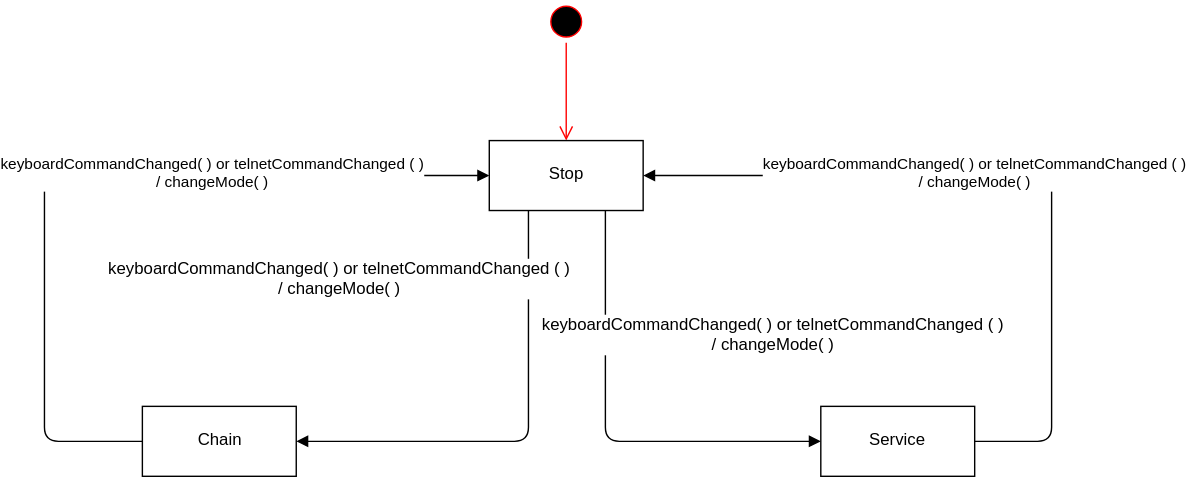
Earlier version of the draw.io export Documentation/UML Diagrams/stateDiagram/StateMachineMode.svg (nicolai-schwartze/EBS2_Conveyer_Belt). Source tidied: cells renumbered, new cells last; positions are measured from the earlier drawing's top-left corner, leaving out a move shared by most shapes.
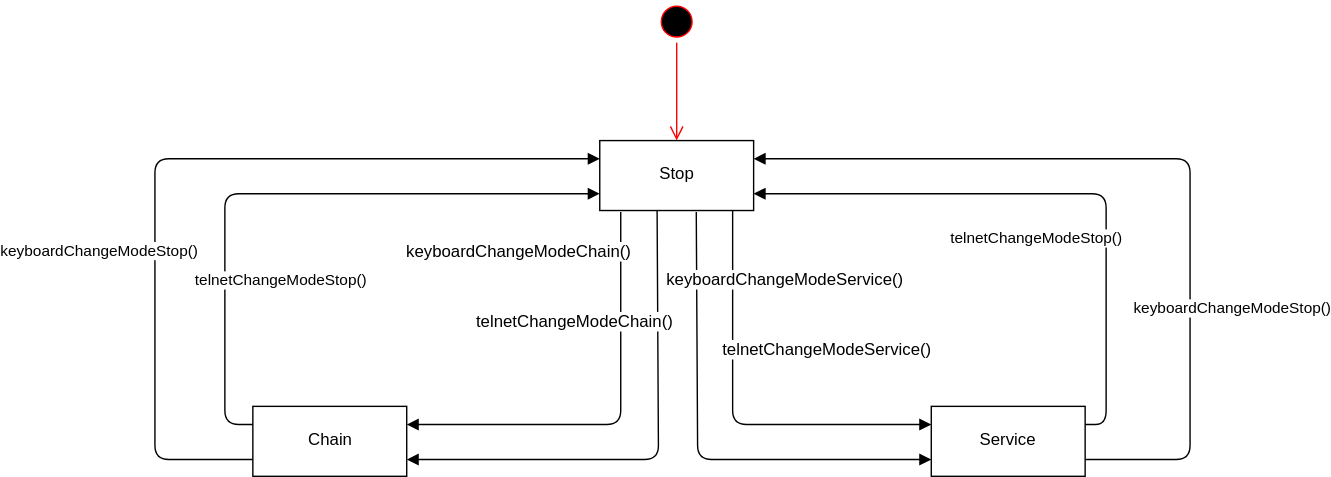
The same file after the commit.

Commit message:
diagrams refined

Change to the diagram source:
```diff
@@ -17,45 +17,88 @@
     <mxCell id="6" value="Service" style="html=1;" parent="1" vertex="1">
       <mxGeometry x="555" y="290" width="110" height="50" as="geometry" />
     </mxCell>
-    <mxCell id="7" style="html=1;verticalAlign=bottom;endArrow=block;exitX=0.25;exitY=1;exitDx=0;exitDy=0;entryX=1;entryY=0.5;entryDx=0;entryDy=0;" parent="1" edge="1" source="4" target="5">
+    <mxCell id="7" style="html=1;verticalAlign=bottom;endArrow=block;exitX=0.136;exitY=1.02;exitDx=0;exitDy=0;entryX=1;entryY=0.25;entryDx=0;entryDy=0;exitPerimeter=0;" parent="1" edge="1" source="4" target="5">
       <mxGeometry relative="1" as="geometry">
         <Array as="points">
-          <mxPoint x="346" y="315" />
+          <mxPoint x="333" y="303" />
         </Array>
       </mxGeometry>
     </mxCell>
-    <mxCell id="8" value="keyboardCommandChanged( ) or telnetCommandChanged ( ) &lt;br&gt;/ changeMode( )" style="text;html=1;align=center;verticalAlign=middle;labelBackgroundColor=#ffffff;" parent="7" vertex="1">
+    <mxCell id="8" value="keyboardChangeModeChain()" style="text;html=1;align=center;verticalAlign=middle;labelBackgroundColor=#ffffff;" parent="7" vertex="1">
       <mxGeometry x="-0.26" y="-1" relative="1" as="geometry">
-        <mxPoint x="-135" y="-72" as="offset" />
+        <mxPoint x="-72" y="-84" as="offset" />
       </mxGeometry>
     </mxCell>
-    <mxCell id="9" value="keyboardCommandChanged( ) or telnetCommandChanged ( ) &lt;br&gt;/ changeMode( )" style="html=1;verticalAlign=bottom;endArrow=block;entryX=0;entryY=0.5;entryDx=0;entryDy=0;exitX=0;exitY=0.5;exitDx=0;exitDy=0;" parent="1" edge="1" source="5" target="4">
-      <mxGeometry x="0.31" y="-15" relative="1" as="geometry">
+    <mxCell id="9" value="keyboardChangeModeStop()" style="html=1;verticalAlign=bottom;endArrow=block;entryX=0;entryY=0.25;entryDx=0;entryDy=0;exitX=0;exitY=0.75;exitDx=0;exitDy=0;" parent="1" edge="1" source="5" target="4">
+      <mxGeometry x="-0.31" y="40" relative="1" as="geometry">
         <Array as="points">
-          <mxPoint y="315" />
-          <mxPoint y="125" />
+          <mxPoint y="328" />
+          <mxPoint y="113" />
+          <mxPoint x="260" y="113" />
         </Array>
       </mxGeometry>
     </mxCell>
-    <mxCell id="10" value="keyboardCommandChanged( ) or telnetCommandChanged ( ) &lt;br&gt;/ changeMode( )" style="html=1;verticalAlign=bottom;endArrow=block;exitX=1;exitY=0.5;exitDx=0;exitDy=0;entryX=1;entryY=0.5;entryDx=0;entryDy=0;" parent="1" edge="1" source="6" target="4">
-      <mxGeometry x="0.12" y="15" relative="1" as="geometry">
+    <mxCell id="10" value="keyboardChangeModeStop()" style="html=1;verticalAlign=bottom;endArrow=block;exitX=1;exitY=0.75;exitDx=0;exitDy=0;entryX=1;entryY=0.25;entryDx=0;entryDy=0;" parent="1" edge="1" source="6" target="4">
+      <mxGeometry x="-0.43" y="-30" relative="1" as="geometry">
         <Array as="points">
-          <mxPoint x="720" y="315" />
-          <mxPoint x="720" y="125" />
+          <mxPoint x="740" y="328" />
+          <mxPoint x="740" y="113" />
         </Array>
       </mxGeometry>
     </mxCell>
-    <mxCell id="11" style="html=1;verticalAlign=bottom;endArrow=block;exitX=0.75;exitY=1;exitDx=0;exitDy=0;entryX=0;entryY=0.5;entryDx=0;entryDy=0;" parent="1" edge="1" source="4" target="6">
+    <mxCell id="11" style="html=1;verticalAlign=bottom;endArrow=block;exitX=0.864;exitY=1;exitDx=0;exitDy=0;entryX=0;entryY=0.25;entryDx=0;entryDy=0;exitPerimeter=0;" parent="1" edge="1" source="4" target="6">
       <mxGeometry relative="1" as="geometry">
         <Array as="points">
-          <mxPoint x="401" y="315" />
+          <mxPoint x="413" y="303" />
         </Array>
       </mxGeometry>
     </mxCell>
-    <mxCell id="12" value="keyboardCommandChanged( ) or telnetCommandChanged ( ) &lt;br&gt;/ changeMode( )" style="text;html=1;align=center;verticalAlign=middle;labelBackgroundColor=#ffffff;" parent="11" vertex="1">
+    <mxCell id="12" value="telnetChangeModeService()" style="text;html=1;align=center;verticalAlign=middle;labelBackgroundColor=#ffffff;" parent="11" vertex="1">
       <mxGeometry x="-0.26" y="-1" relative="1" as="geometry">
-        <mxPoint x="120" y="-28" as="offset" />
+        <mxPoint x="68" y="-9" as="offset" />
       </mxGeometry>
     </mxCell>
+    <mxCell id="13" value="telnetChangeModeStop()" style="html=1;verticalAlign=bottom;endArrow=block;entryX=0;entryY=0.75;entryDx=0;entryDy=0;exitX=0;exitY=0.25;exitDx=0;exitDy=0;" parent="1" edge="1" source="5" target="4">
+      <mxGeometry x="-0.5" y="-40" relative="1" as="geometry">
+        <Array as="points">
+          <mxPoint x="50" y="303" />
+          <mxPoint x="50" y="138" />
+          <mxPoint x="290" y="138" />
+        </Array>
+      </mxGeometry>
+    </mxCell>
+    <mxCell id="14" value="telnetChangeModeStop()" style="html=1;verticalAlign=bottom;endArrow=block;exitX=1;exitY=0.25;exitDx=0;exitDy=0;" parent="1" edge="1" source="6">
+      <mxGeometry x="0.06" y="42" relative="1" as="geometry">
+        <mxPoint x="428" y="138" as="targetPoint" />
+        <Array as="points">
+          <mxPoint x="680" y="303" />
+          <mxPoint x="680" y="138" />
+        </Array>
+      </mxGeometry>
+    </mxCell>
+    <mxCell id="15" style="html=1;verticalAlign=bottom;endArrow=block;entryX=1;entryY=0.75;entryDx=0;entryDy=0;exitX=0.373;exitY=1;exitDx=0;exitDy=0;exitPerimeter=0;" parent="1" edge="1" source="4" target="5">
+      <mxGeometry relative="1" as="geometry">
+        <Array as="points">
+          <mxPoint x="360" y="328" />
+        </Array>
+      </mxGeometry>
+    </mxCell>
+    <mxCell id="16" value="telnetChangeModeChain()" style="text;html=1;align=center;verticalAlign=middle;labelBackgroundColor=#ffffff;" parent="15" vertex="1">
+      <mxGeometry x="-0.26" y="-1" relative="1" as="geometry">
+        <mxPoint x="-58.5" y="-52" as="offset" />
+      </mxGeometry>
+    </mxCell>
+    <mxCell id="17" style="html=1;verticalAlign=bottom;endArrow=block;exitX=0.627;exitY=1.02;exitDx=0;exitDy=0;exitPerimeter=0;entryX=0;entryY=0.75;entryDx=0;entryDy=0;" parent="1" edge="1" source="4" target="6">
+      <mxGeometry relative="1" as="geometry">
+        <Array as="points">
+          <mxPoint x="388" y="328" />
+        </Array>
+      </mxGeometry>
+    </mxCell>
+    <mxCell id="18" value="keyboardChangeModeService()" style="text;html=1;align=center;verticalAlign=middle;labelBackgroundColor=#ffffff;" parent="17" vertex="1">
+      <mxGeometry x="-0.26" y="-1" relative="1" as="geometry">
+        <mxPoint x="63.5" y="-78" as="offset" />
+      </mxGeometry>
+    </mxCell>
   </root>
 </mxGraphModel>
```
